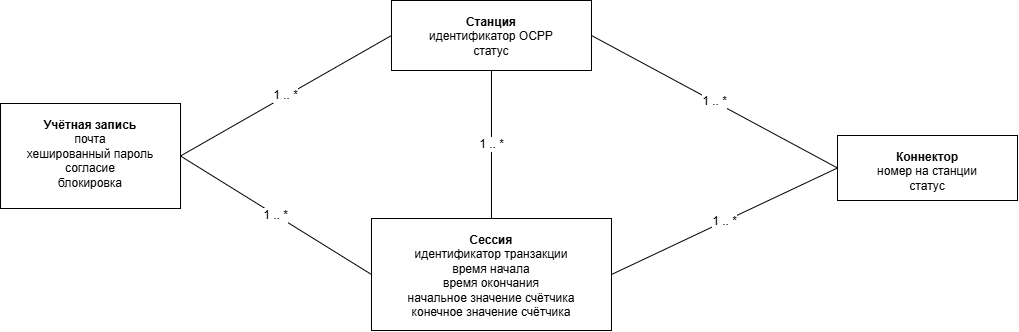
This is Диаграммы/Модель данных (2.7).png from PetrachkovArtem/diplom, a draw.io export, as it was before one commit. Source tidied: cells renumbered, new cells last; positions are measured from the earlier drawing's top-left corner, leaving out a move shared by most shapes.
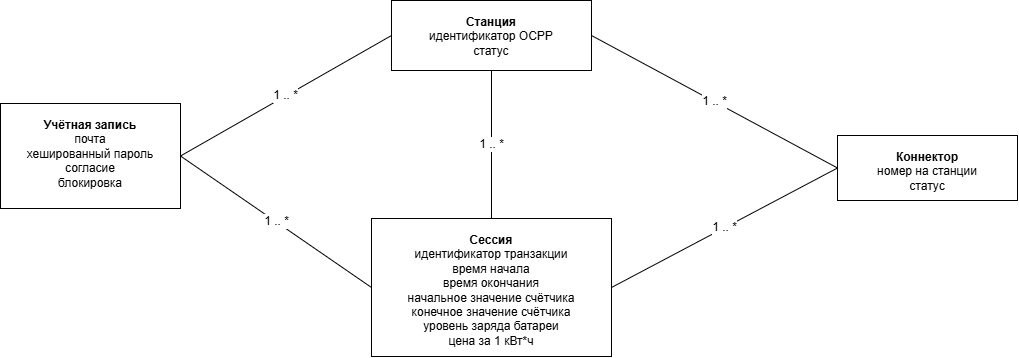
Later version of the same file.

The edit, as a diff of the source:
```diff
@@ -11,8 +11,8 @@
     <mxCell id="4" value="&lt;b&gt;Коннектор&lt;/b&gt;&lt;br&gt;номер на станции&lt;br&gt;статус" style="rounded=0;whiteSpace=wrap;html=1;align=center;verticalAlign=top;spacingTop=8;" parent="1" vertex="1">
       <mxGeometry x="837" y="135" width="180" height="65" as="geometry" />
     </mxCell>
-    <mxCell id="5" value="&lt;div&gt;&lt;b&gt;Сессия&lt;/b&gt;&lt;br&gt;идентификатор транзакции&lt;/div&gt;&lt;div&gt;время начала&lt;/div&gt;&lt;div&gt;время окончания&lt;/div&gt;&lt;div&gt;начальное значение счётчика&lt;/div&gt;&lt;div&gt;конечное значение счётчика&lt;/div&gt;" style="rounded=0;whiteSpace=wrap;html=1;align=center;verticalAlign=top;spacingTop=8;" parent="1" vertex="1">
-      <mxGeometry x="371" y="218" width="240" height="112" as="geometry" />
+    <mxCell id="5" value="&lt;div&gt;&lt;b&gt;Сессия&lt;/b&gt;&lt;br&gt;идентификатор транзакции&lt;/div&gt;&lt;div&gt;время начала&lt;/div&gt;&lt;div&gt;время окончания&lt;/div&gt;&lt;div&gt;начальное значение счётчика&lt;/div&gt;&lt;div&gt;конечное значение счётчика&lt;/div&gt;&lt;div&gt;уровень заряда батареи&lt;/div&gt;&lt;div&gt;цена за 1 кВт*ч&lt;/div&gt;" style="rounded=0;whiteSpace=wrap;html=1;align=center;verticalAlign=top;spacingTop=8;" parent="1" vertex="1">
+      <mxGeometry x="371" y="218" width="240" height="138" as="geometry" />
     </mxCell>
     <mxCell id="6" value="1 .. *" style="endArrow=none;html=1;fontSize=12;exitX=1;exitY=0.5;exitDx=0;exitDy=0;entryX=0;entryY=0.5;entryDx=0;entryDy=0;" parent="1" edge="1" source="2" target="3">
       <mxGeometry relative="1" as="geometry" />
```
